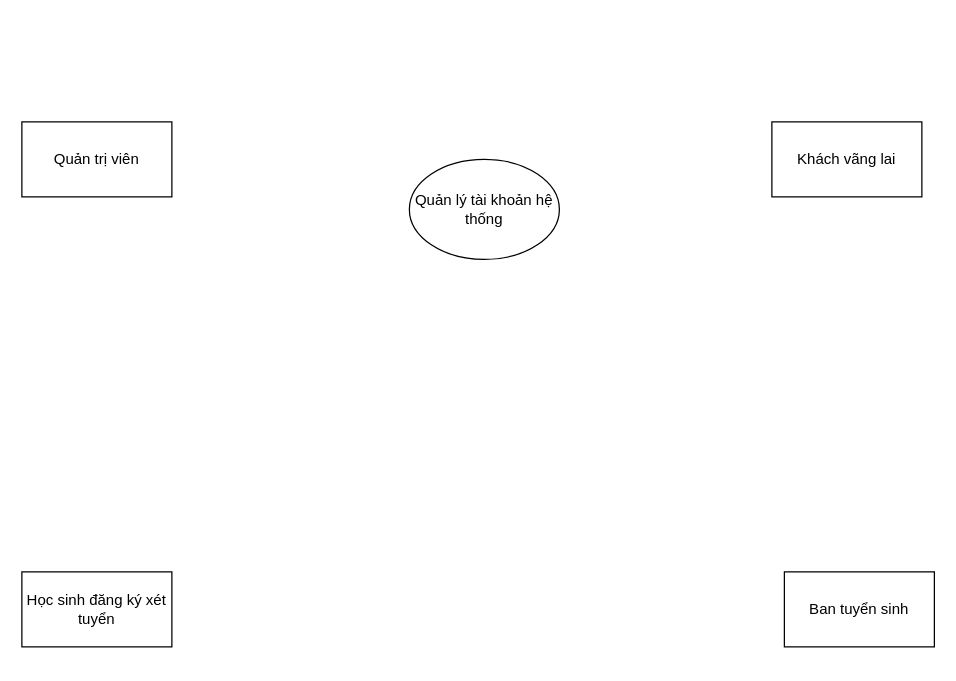
truongquangkhai99/TrinhVanTu_DATN keeps this draw.io diagram as page "Biểu đồ luồng dữ liệu mức đỉnh 0" (4 of 4) of 1. Bao Cao/DATN.drawio. Above is the earlier version. Source tidied: cells renumbered, new cells numbered last; positions are measured from the earlier drawing's top-left corner, leaving out a move shared by most shapes. Both pictures are drawn from the tidied source at 125%, with x=0, y=0 at pixel (21, 121).
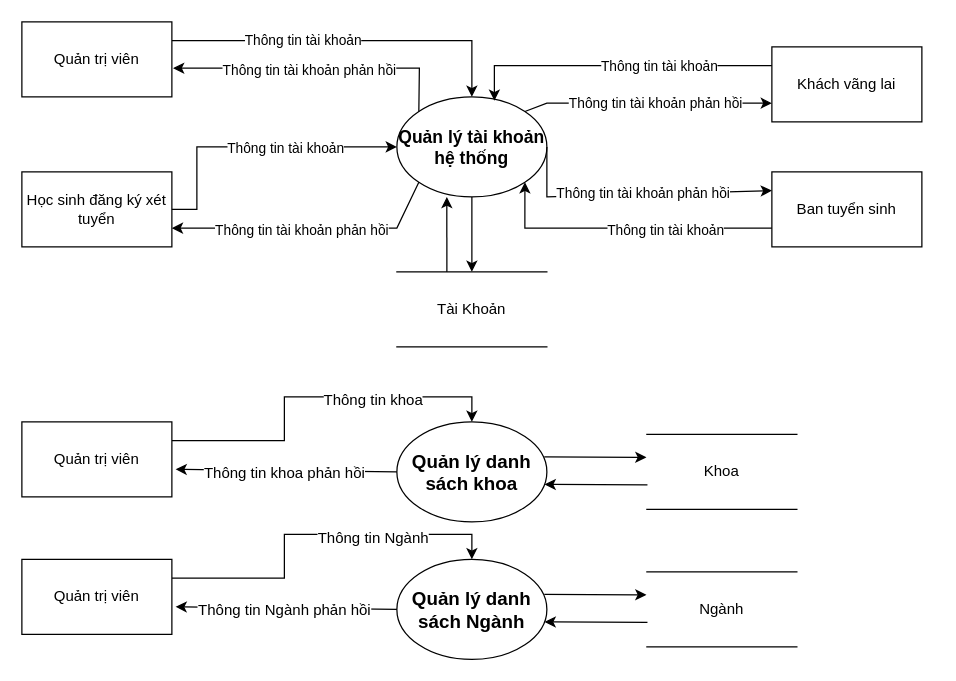
Above is the later version.

The edit, as a diff of the source:
```diff
@@
-    <mxCell id="2" value="Quản lý tài khoản hệ thống" style="ellipse;whiteSpace=wrap;html=1;" parent="1" vertex="1">
-      <mxGeometry x="310" y="30" width="120" height="80" as="geometry" />
+    <mxCell id="2" value="&lt;b&gt;&lt;font style=&quot;font-size: 14px&quot;&gt;Quản lý tài khoản hệ thống&lt;/font&gt;&lt;/b&gt;" style="ellipse;whiteSpace=wrap;html=1;" parent="1" vertex="1">
+      <mxGeometry x="300" y="-20" width="120" height="80" as="geometry" />
     </mxCell>
     <mxCell id="3" value="Khách vãng lai" style="rounded=0;whiteSpace=wrap;html=1;" parent="1" vertex="1">
-      <mxGeometry x="600" width="120" height="60" as="geometry" />
+      <mxGeometry x="600" y="-60" width="120" height="60" as="geometry" />
     </mxCell>
     <mxCell id="4" value="Ban tuyển sinh" style="rounded=0;whiteSpace=wrap;html=1;" parent="1" vertex="1">
-      <mxGeometry x="610" y="360" width="120" height="60" as="geometry" />
+      <mxGeometry x="600" y="40" width="120" height="60" as="geometry" />
     </mxCell>
     <mxCell id="5" value="Học sinh đăng ký xét tuyển" style="rounded=0;whiteSpace=wrap;html=1;" parent="1" vertex="1">
-      <mxGeometry y="360" width="120" height="60" as="geometry" />
+      <mxGeometry y="40" width="120" height="60" as="geometry" />
     </mxCell>
+    <mxCell id="7" style="edgeStyle=orthogonalEdgeStyle;rounded=0;jettySize=auto;html=1;exitX=1;exitY=0.25;exitDx=0;exitDy=0;entryX=0.5;entryY=0;entryDx=0;entryDy=0;" parent="1" edge="1" source="6" target="2">
+      <mxGeometry relative="1" as="geometry" />
+    </mxCell>
+    <mxCell id="8" value="Thông tin tài khoản" style="edgeLabel;html=1;align=center;verticalAlign=middle;" parent="7" vertex="1">
+      <mxGeometry x="-0.27" y="1" relative="1" as="geometry" />
+    </mxCell>
     <mxCell id="6" value="Quản trị viên" style="rounded=0;whiteSpace=wrap;html=1;" parent="1" vertex="1">
-      <mxGeometry width="120" height="60" as="geometry" />
+      <mxGeometry y="-80" width="120" height="60" as="geometry" />
     </mxCell>
+    <mxCell id="9" value="Tài Khoản" style="shape=partialRectangle;whiteSpace=wrap;html=1;left=0;right=0;fillColor=none;" parent="1" vertex="1">
+      <mxGeometry x="300" y="120" width="120" height="60" as="geometry" />
+    </mxCell>
+    <mxCell id="10" style="edgeStyle=orthogonalEdgeStyle;rounded=0;jettySize=auto;html=1;exitX=1;exitY=0.25;exitDx=0;exitDy=0;entryX=0;entryY=0.5;entryDx=0;entryDy=0;" parent="1" edge="1" target="2">
+      <mxGeometry relative="1" as="geometry">
+        <mxPoint x="120" y="70" as="sourcePoint" />
+        <Array as="points">
+          <mxPoint x="140" y="70" />
+          <mxPoint x="140" y="20" />
+        </Array>
+      </mxGeometry>
+    </mxCell>
+    <mxCell id="11" value="Thông tin tài khoản" style="edgeLabel;html=1;align=center;verticalAlign=middle;" parent="10" vertex="1">
+      <mxGeometry x="-0.27" y="1" relative="1" as="geometry">
+        <mxPoint x="56" y="1" as="offset" />
+      </mxGeometry>
+    </mxCell>
+    <mxCell id="12" style="edgeStyle=orthogonalEdgeStyle;rounded=0;jettySize=auto;html=1;exitX=0;exitY=0.25;exitDx=0;exitDy=0;entryX=0.65;entryY=0.038;entryDx=0;entryDy=0;entryPerimeter=0;" parent="1" edge="1" source="3" target="2">
+      <mxGeometry relative="1" as="geometry">
+        <Array as="points">
+          <mxPoint x="378" y="-45" />
+        </Array>
+      </mxGeometry>
+    </mxCell>
+    <mxCell id="13" value="Thông tin tài khoản" style="edgeLabel;html=1;align=center;verticalAlign=middle;" parent="12" vertex="1">
+      <mxGeometry x="-0.27" y="1" relative="1" as="geometry" />
+    </mxCell>
+    <mxCell id="14" style="edgeStyle=orthogonalEdgeStyle;rounded=0;jettySize=auto;html=1;exitX=0;exitY=0.75;exitDx=0;exitDy=0;entryX=1;entryY=1;entryDx=0;entryDy=0;" parent="1" edge="1" source="4" target="2">
+      <mxGeometry relative="1" as="geometry">
+        <Array as="points">
+          <mxPoint x="402" y="85" />
+        </Array>
+      </mxGeometry>
+    </mxCell>
+    <mxCell id="15" value="Thông tin tài khoản" style="edgeLabel;html=1;align=center;verticalAlign=middle;" parent="14" vertex="1">
+      <mxGeometry x="-0.27" y="1" relative="1" as="geometry" />
+    </mxCell>
+    <mxCell id="16" style="endArrow=classic;html=1;rounded=0;entryX=0.333;entryY=1;entryDx=0;entryDy=0;entryPerimeter=0;" parent="1" edge="1" target="2">
+      <mxGeometry relative="1" as="geometry">
+        <mxPoint x="340" y="120" as="sourcePoint" />
+      </mxGeometry>
+    </mxCell>
+    <mxCell id="17" style="endArrow=classic;html=1;rounded=0;entryX=0.5;entryY=0;entryDx=0;entryDy=0;exitX=0.5;exitY=1;exitDx=0;exitDy=0;" parent="1" edge="1" source="2" target="9">
+      <mxGeometry relative="1" as="geometry" />
+    </mxCell>
+    <mxCell id="18" value="&lt;span style=&quot;font-size: 15px ; font-weight: 700&quot;&gt;Quản lý danh sách khoa&lt;/span&gt;" style="ellipse;whiteSpace=wrap;html=1;" parent="1" vertex="1">
+      <mxGeometry x="300" y="240" width="120" height="80" as="geometry" />
+    </mxCell>
+    <mxCell id="19" style="edgeStyle=orthogonalEdgeStyle;rounded=0;jettySize=auto;html=1;exitX=1;exitY=0.25;exitDx=0;exitDy=0;entryX=0.5;entryY=0;entryDx=0;entryDy=0;fontSize=14;" parent="1" edge="1" source="21" target="18">
+      <mxGeometry relative="1" as="geometry" />
+    </mxCell>
+    <mxCell id="20" value="Thông tin khoa" style="edgeLabel;html=1;align=center;verticalAlign=middle;fontSize=12;" parent="19" vertex="1">
+      <mxGeometry x="0.18" y="-2" relative="1" as="geometry">
+        <mxPoint x="21" as="offset" />
+      </mxGeometry>
+    </mxCell>
+    <mxCell id="21" value="Quản trị viên" style="rounded=0;whiteSpace=wrap;html=1;" parent="1" vertex="1">
+      <mxGeometry y="240" width="120" height="60" as="geometry" />
+    </mxCell>
+    <mxCell id="22" style="endArrow=classic;html=1;rounded=0;fontSize=14;entryX=1;entryY=0.75;entryDx=0;entryDy=0;exitX=0;exitY=1;exitDx=0;exitDy=0;" parent="1" edge="1" source="2" target="5">
+      <mxGeometry relative="1" as="geometry">
+        <Array as="points">
+          <mxPoint x="300" y="85" />
+        </Array>
+      </mxGeometry>
+    </mxCell>
+    <mxCell id="23" value="&lt;font style=&quot;font-size: 12px&quot;&gt;&lt;span style=&quot;font-size: 11px&quot;&gt;Thông tin tài khoản phản hồi&lt;/span&gt;&lt;br style=&quot;font-size: 12px&quot;&gt;&lt;/font&gt;" style="edgeLabel;html=1;align=center;verticalAlign=middle;fontSize=12;" parent="22" vertex="1">
+      <mxGeometry x="0.06" y="1" relative="1" as="geometry" />
+    </mxCell>
+    <mxCell id="24" style="endArrow=classic;html=1;rounded=0;fontSize=14;entryX=1.008;entryY=0.617;entryDx=0;entryDy=0;exitX=0;exitY=0;exitDx=0;exitDy=0;entryPerimeter=0;" parent="1" edge="1" source="2" target="6">
+      <mxGeometry relative="1" as="geometry">
+        <Array as="points">
+          <mxPoint x="318" y="-43" />
+        </Array>
+      </mxGeometry>
+    </mxCell>
+    <mxCell id="25" value="&lt;font style=&quot;font-size: 12px&quot;&gt;&lt;span style=&quot;font-size: 11px&quot;&gt;Thông tin tài khoản phản hồi&lt;/span&gt;&lt;br style=&quot;font-size: 12px&quot;&gt;&lt;/font&gt;" style="edgeLabel;html=1;align=center;verticalAlign=middle;fontSize=12;" parent="24" vertex="1">
+      <mxGeometry x="0.06" y="1" relative="1" as="geometry" />
+    </mxCell>
+    <mxCell id="26" style="endArrow=classic;html=1;rounded=0;fontSize=14;entryX=0;entryY=0.75;entryDx=0;entryDy=0;exitX=1;exitY=0;exitDx=0;exitDy=0;" parent="1" edge="1" source="2" target="3">
+      <mxGeometry relative="1" as="geometry">
+        <Array as="points">
+          <mxPoint x="420" y="-15" />
+        </Array>
+      </mxGeometry>
+    </mxCell>
+    <mxCell id="27" value="&lt;font style=&quot;font-size: 12px&quot;&gt;&lt;span style=&quot;font-size: 11px&quot;&gt;Thông tin tài khoản phản hồi&lt;/span&gt;&lt;br style=&quot;font-size: 12px&quot;&gt;&lt;/font&gt;" style="edgeLabel;html=1;align=center;verticalAlign=middle;fontSize=12;" parent="26" vertex="1">
+      <mxGeometry x="0.06" y="1" relative="1" as="geometry" />
+    </mxCell>
+    <mxCell id="28" style="endArrow=classic;html=1;rounded=0;fontSize=14;entryX=0;entryY=0.25;entryDx=0;entryDy=0;exitX=1;exitY=0.5;exitDx=0;exitDy=0;" parent="1" edge="1" source="2" target="4">
+      <mxGeometry relative="1" as="geometry">
+        <Array as="points">
+          <mxPoint x="420" y="60" />
+        </Array>
+      </mxGeometry>
+    </mxCell>
+    <mxCell id="29" value="&lt;font style=&quot;font-size: 12px&quot;&gt;&lt;span style=&quot;font-size: 11px&quot;&gt;Thông tin tài khoản phản hồi&lt;/span&gt;&lt;br style=&quot;font-size: 12px&quot;&gt;&lt;/font&gt;" style="edgeLabel;html=1;align=center;verticalAlign=middle;fontSize=12;" parent="28" vertex="1">
+      <mxGeometry x="0.06" y="1" relative="1" as="geometry" />
+    </mxCell>
+    <mxCell id="30" style="endArrow=classic;html=1;rounded=0;fontSize=12;exitX=0;exitY=0.5;exitDx=0;exitDy=0;entryX=1.025;entryY=0.633;entryDx=0;entryDy=0;entryPerimeter=0;" parent="1" edge="1" source="18" target="21">
+      <mxGeometry relative="1" as="geometry" />
+    </mxCell>
+    <mxCell id="31" value="Thông tin khoa phản hồi" style="edgeLabel;html=1;align=center;verticalAlign=middle;fontSize=12;" parent="30" vertex="1">
+      <mxGeometry x="-0.25" y="2" relative="1" as="geometry">
+        <mxPoint x="-24" y="-1" as="offset" />
+      </mxGeometry>
+    </mxCell>
+    <mxCell id="32" value="Khoa" style="shape=partialRectangle;whiteSpace=wrap;html=1;left=0;right=0;fillColor=none;" parent="1" vertex="1">
+      <mxGeometry x="500" y="250" width="120" height="60" as="geometry" />
+    </mxCell>
+    <mxCell id="33" style="endArrow=classic;html=1;rounded=0;fontSize=12;exitX=0.004;exitY=0.674;exitDx=0;exitDy=0;entryX=0.985;entryY=0.625;entryDx=0;entryDy=0;entryPerimeter=0;exitPerimeter=0;" parent="1" edge="1" source="32" target="18">
+      <mxGeometry relative="1" as="geometry" />
+    </mxCell>
+    <mxCell id="34" style="endArrow=classic;html=1;rounded=0;fontSize=12;entryX=-0.003;entryY=0.306;entryDx=0;entryDy=0;exitX=0.983;exitY=0.35;exitDx=0;exitDy=0;exitPerimeter=0;entryPerimeter=0;" parent="1" edge="1" source="18" target="32">
+      <mxGeometry relative="1" as="geometry" />
+    </mxCell>
+    <mxCell id="35" value="&lt;span style=&quot;font-size: 15px ; font-weight: 700&quot;&gt;Quản lý danh sách Ngành&lt;/span&gt;" style="ellipse;whiteSpace=wrap;html=1;" parent="1" vertex="1">
+      <mxGeometry x="300" y="350" width="120" height="80" as="geometry" />
+    </mxCell>
+    <mxCell id="36" style="edgeStyle=orthogonalEdgeStyle;rounded=0;jettySize=auto;html=1;exitX=1;exitY=0.25;exitDx=0;exitDy=0;entryX=0.5;entryY=0;entryDx=0;entryDy=0;fontSize=14;" parent="1" edge="1" source="38" target="35">
+      <mxGeometry relative="1" as="geometry" />
+    </mxCell>
+    <mxCell id="37" value="Thông tin Ngành" style="edgeLabel;html=1;align=center;verticalAlign=middle;fontSize=12;" parent="36" vertex="1">
+      <mxGeometry x="0.18" y="-2" relative="1" as="geometry">
+        <mxPoint x="21" as="offset" />
+      </mxGeometry>
+    </mxCell>
+    <mxCell id="38" value="Quản trị viên" style="rounded=0;whiteSpace=wrap;html=1;" parent="1" vertex="1">
+      <mxGeometry y="350" width="120" height="60" as="geometry" />
+    </mxCell>
+    <mxCell id="39" style="endArrow=classic;html=1;rounded=0;fontSize=12;exitX=0;exitY=0.5;exitDx=0;exitDy=0;entryX=1.025;entryY=0.633;entryDx=0;entryDy=0;entryPerimeter=0;" parent="1" edge="1" source="35" target="38">
+      <mxGeometry relative="1" as="geometry" />
+    </mxCell>
+    <mxCell id="40" value="Thông tin Ngành&amp;nbsp;phản hồi" style="edgeLabel;html=1;align=center;verticalAlign=middle;fontSize=12;" parent="39" vertex="1">
+      <mxGeometry x="-0.25" y="2" relative="1" as="geometry">
+        <mxPoint x="-24" y="-1" as="offset" />
+      </mxGeometry>
+    </mxCell>
+    <mxCell id="41" value="Ngành" style="shape=partialRectangle;whiteSpace=wrap;html=1;left=0;right=0;fillColor=none;" parent="1" vertex="1">
+      <mxGeometry x="500" y="360" width="120" height="60" as="geometry" />
+    </mxCell>
+    <mxCell id="42" style="endArrow=classic;html=1;rounded=0;fontSize=12;exitX=0.004;exitY=0.674;exitDx=0;exitDy=0;entryX=0.985;entryY=0.625;entryDx=0;entryDy=0;entryPerimeter=0;exitPerimeter=0;" parent="1" edge="1" source="41" target="35">
+      <mxGeometry relative="1" as="geometry" />
+    </mxCell>
+    <mxCell id="43" style="endArrow=classic;html=1;rounded=0;fontSize=12;entryX=-0.003;entryY=0.306;entryDx=0;entryDy=0;exitX=0.983;exitY=0.35;exitDx=0;exitDy=0;exitPerimeter=0;entryPerimeter=0;" parent="1" edge="1" source="35" target="41">
+      <mxGeometry relative="1" as="geometry" />
+    </mxCell>
```
